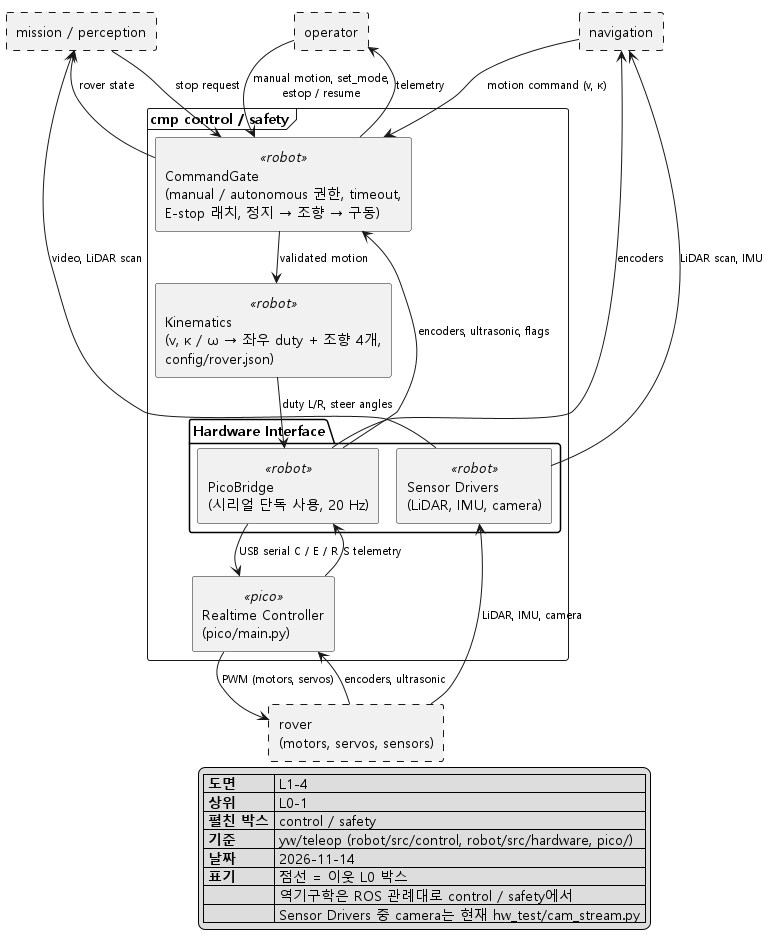
Ruysong/autonomous-rescue-rover keeps this PlantUML diagram as docs/architecture/png/L1-4_control_safety.png. Above is the earlier version.
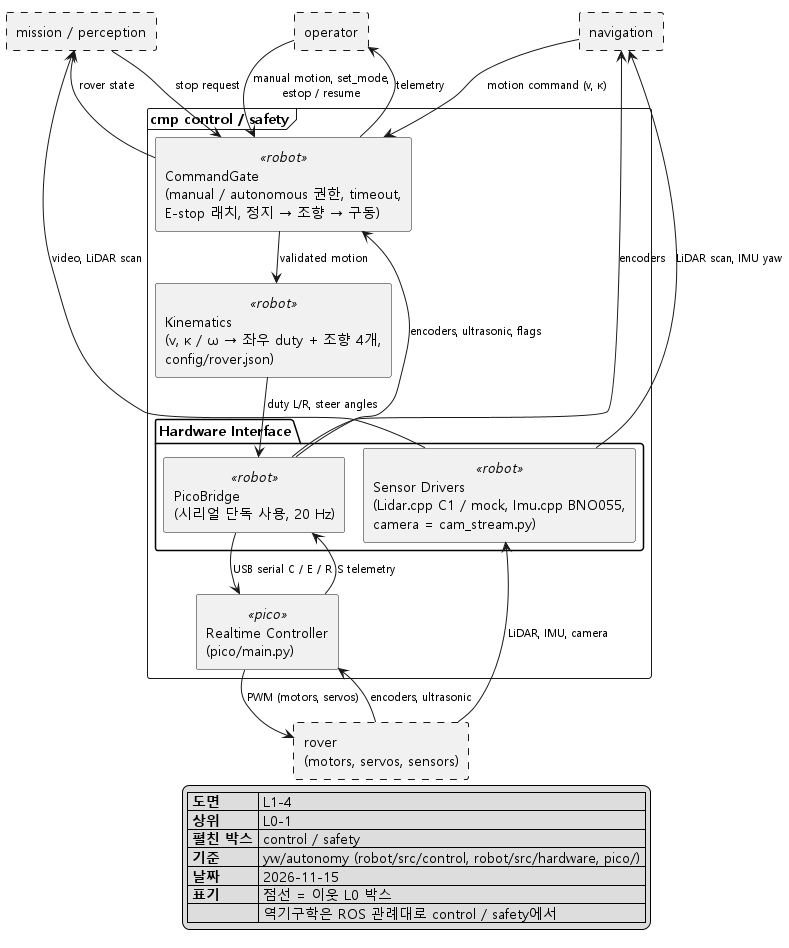
The same diagram one commit later.

Change to the diagram source:
```diff
@@ -16,7 +16,7 @@
   component "Kinematics\n(v, κ / ω → 좌우 duty + 조향 4개,\nconfig/rover.json)" <<robot>> as IK
   package "Hardware Interface" {
     component "PicoBridge\n(시리얼 단독 사용, 20 Hz)" <<robot>> as BRIDGE
-    component "Sensor Drivers\n(LiDAR, IMU, camera)" <<robot>> as DRIVERS
+    component "Sensor Drivers\n(Lidar.cpp C1 / mock, Imu.cpp BNO055,\ncamera = cam_stream.py)" <<robot>> as DRIVERS
   }
   component "Realtime Controller\n(pico/main.py)" <<pico>> as RT
 }
@@ -37,7 +37,7 @@
 BRIDGE -up-> GATE : encoders, ultrasonic, flags
 GATE -up-> MISSION : rover state
 GATE -up-> OPERATOR : telemetry
-DRIVERS -up-> NAV : LiDAR scan, IMU
+DRIVERS -up-> NAV : LiDAR scan, IMU yaw
 BRIDGE -up-> NAV : encoders
 DRIVERS -up-> MISSION : video, LiDAR scan
 
@@ -45,10 +45,9 @@
   |= 도면 | L1-4 |
   |= 상위 | L0-1 |
   |= 펼친 박스 | control / safety |
-  |= 기준 | yw/teleop (robot/src/control, robot/src/hardware, pico/) |
-  |= 날짜 | 2026-11-14 |
+  |= 기준 | yw/autonomy (robot/src/control, robot/src/hardware, pico/) |
+  |= 날짜 | 2026-11-15 |
   |= 표기 | 점선 = 이웃 L0 박스 |
   |= | 역기구학은 ROS 관례대로 control / safety에서 |
-  |= | Sensor Drivers 중 camera는 현재 hw_test/cam_stream.py |
 endlegend
 @enduml
```
